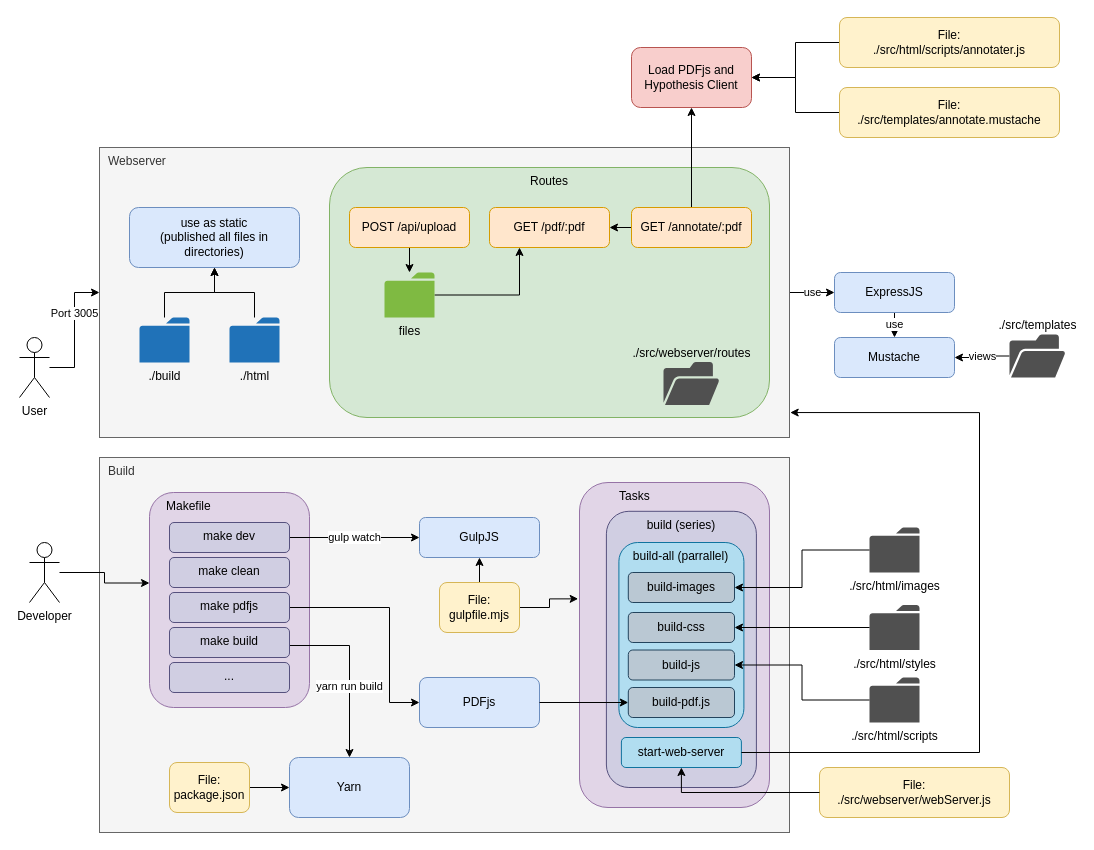
The draw.io diagram page "Content Server" (1 of 3) of content-server/docs/architecture.drawio in UKPLab/CARE, before the edit. Source tidied: cells renumbered, new cells numbered last; positions are measured from the earlier drawing's top-left corner, leaving out a move shared by most shapes. Both pictures are drawn from the tidied source at 100%, with x=0, y=0 at pixel (19, 17).
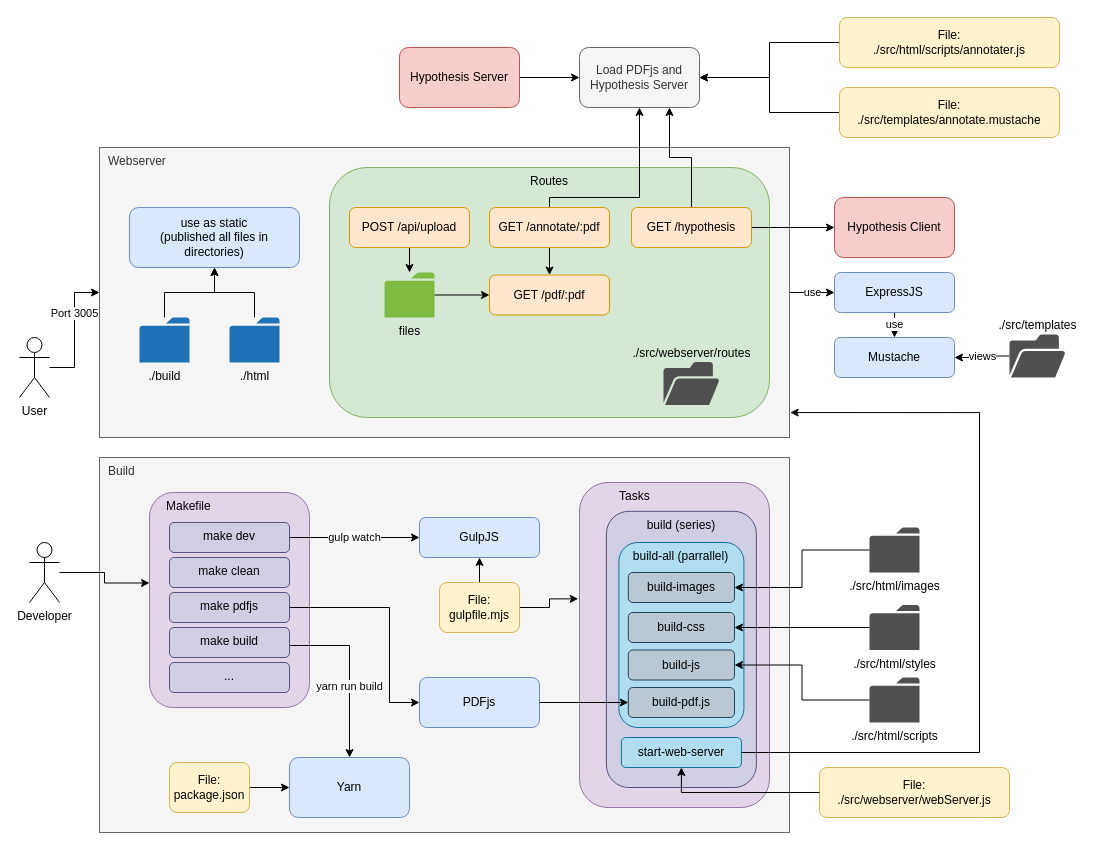
The same diagram, later.

The change refers to these unchanged cells:
```xml
<mxCell id="44" value="files" style="sketch=0;shadow=0;dashed=0;html=1;strokeColor=none;labelPosition=center;verticalLabelPosition=bottom;verticalAlign=top;outlineConnect=0;align=center;shape=mxgraph.office.concepts.folder;fillColor=#7FBA42;rounded=0;" parent="1" vertex="1">
  <mxGeometry x="365" y="255" width="50" height="45" as="geometry" />
</mxCell>
```

What changed in the source:
```diff
@@
-    <mxCell id="43" style="edgeStyle=orthogonalEdgeStyle;rounded=0;jettySize=auto;html=1;entryX=0.25;entryY=1;entryDx=0;entryDy=0;" parent="1" edge="1" source="44" target="45">
+    <mxCell id="43" style="edgeStyle=orthogonalEdgeStyle;rounded=0;jettySize=auto;html=1;entryX=0;entryY=0.5;entryDx=0;entryDy=0;" parent="1" edge="1" source="44" target="45">
       <mxGeometry relative="1" as="geometry" />
     </mxCell>
@@
     <mxCell id="45" value="GET /pdf/:pdf" style="rounded=1;whiteSpace=wrap;html=1;fillColor=#ffe6cc;strokeColor=#d79b00;" parent="1" vertex="1">
-      <mxGeometry x="470" y="190" width="120" height="40" as="geometry" />
+      <mxGeometry x="470" y="257.5" width="120" height="40" as="geometry" />
     </mxCell>
@@
     <mxCell id="65" style="edgeStyle=orthogonalEdgeStyle;rounded=0;jettySize=auto;html=1;" parent="1" edge="1" source="66" target="67">
-      <mxGeometry relative="1" as="geometry" />
+      <mxGeometry relative="1" as="geometry">
+        <Array as="points">
+          <mxPoint x="530" y="180" />
+          <mxPoint x="620" y="180" />
+        </Array>
+      </mxGeometry>
     </mxCell>
     <mxCell id="66" value="GET /annotate/:pdf" style="rounded=1;whiteSpace=wrap;html=1;fillColor=#ffe6cc;strokeColor=#d79b00;" parent="1" vertex="1">
-      <mxGeometry x="612" y="190" width="120" height="40" as="geometry" />
+      <mxGeometry x="470" y="190" width="120" height="40" as="geometry" />
     </mxCell>
-    <mxCell id="67" value="Load PDFjs and Hypothesis Client" style="rounded=1;whiteSpace=wrap;html=1;fillColor=#f8cecc;strokeColor=#b85450;" parent="1" vertex="1">
-      <mxGeometry x="612" y="30" width="120" height="60" as="geometry" />
+    <mxCell id="67" value="Load PDFjs and Hypothesis Server" style="rounded=1;whiteSpace=wrap;html=1;fillColor=#f5f5f5;strokeColor=#666666;fontColor=#333333;" parent="1" vertex="1">
+      <mxGeometry x="560" y="30" width="120" height="60" as="geometry" />
     </mxCell>
@@
+    <mxCell id="72" style="edgeStyle=orthogonalEdgeStyle;rounded=0;jettySize=auto;html=1;entryX=0;entryY=0.5;entryDx=0;entryDy=0;" parent="1" edge="1" source="74" target="75">
+      <mxGeometry relative="1" as="geometry" />
+    </mxCell>
+    <mxCell id="73" style="edgeStyle=orthogonalEdgeStyle;rounded=0;jettySize=auto;html=1;entryX=0.75;entryY=1;entryDx=0;entryDy=0;startArrow=none;startFill=0;endArrow=classic;endFill=1;strokeColor=default;" parent="1" edge="1" source="74" target="67">
+      <mxGeometry relative="1" as="geometry" />
+    </mxCell>
+    <mxCell id="74" value="GET /hypothesis" style="rounded=1;whiteSpace=wrap;html=1;fillColor=#ffe6cc;strokeColor=#d79b00;" parent="1" vertex="1">
+      <mxGeometry x="612" y="190" width="120" height="40" as="geometry" />
+    </mxCell>
+    <mxCell id="75" value="Hypothesis Client" style="rounded=1;whiteSpace=wrap;html=1;fillColor=#f8cecc;strokeColor=#b85450;" parent="1" vertex="1">
+      <mxGeometry x="815" y="180" width="120" height="60" as="geometry" />
+    </mxCell>
+    <mxCell id="76" style="edgeStyle=orthogonalEdgeStyle;rounded=0;jettySize=auto;html=1;" parent="1" edge="1" source="77" target="67">
+      <mxGeometry relative="1" as="geometry" />
+    </mxCell>
+    <mxCell id="77" value="Hypothesis Server" style="rounded=1;whiteSpace=wrap;html=1;fillColor=#f8cecc;strokeColor=#b85450;" parent="1" vertex="1">
+      <mxGeometry x="380" y="30" width="120" height="60" as="geometry" />
+    </mxCell>
```
